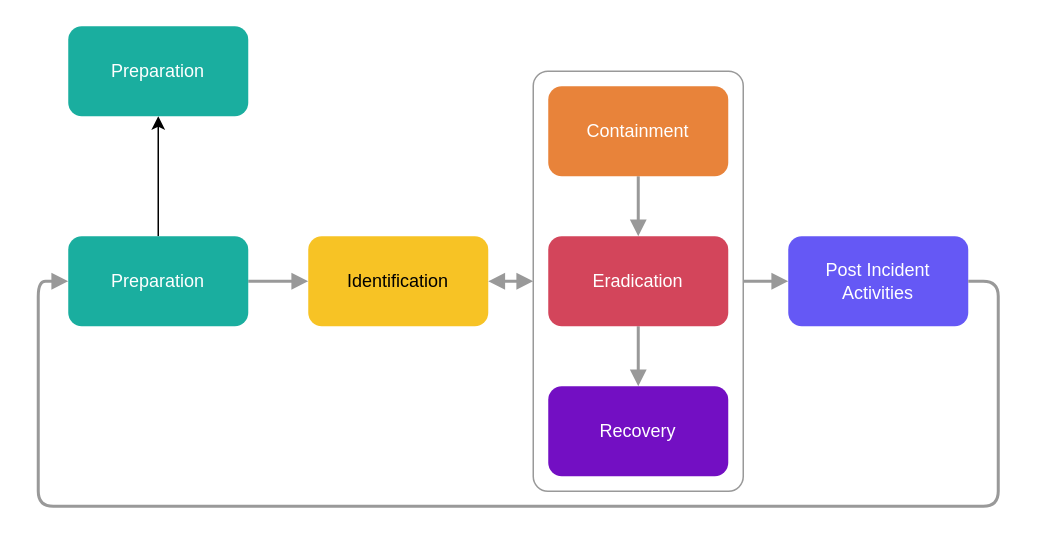
Earlier version of the draw.io diagram page "Figure 1 IR Lifecycle" (1 of 7) of IR Plan Flows.drawio (nightly-nessie/irplan-playbooks). Source tidied: cells renumbered, new cells numbered last; positions are measured from the earlier drawing's top-left corner, leaving out a move shared by most shapes. Both pictures are drawn from the tidied source at 150%, with x=0, y=0 at pixel (38, 26).
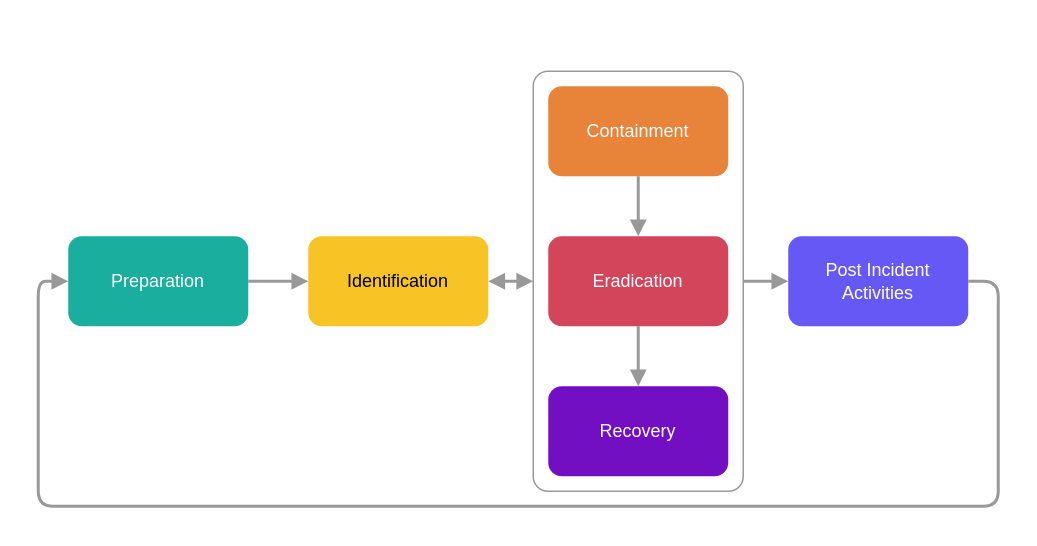
Above is the later version.

What changed in the source:
```diff
@@
 <mxGraphModel>
   <root>
     <mxCell id="0" />
     <mxCell id="1" parent="0" />
     <mxCell id="2" style="edgeStyle=orthogonalEdgeStyle;rounded=0;jettySize=auto;html=1;strokeWidth=2;strokeColor=#999999;endArrow=block;endFill=1;" parent="1" edge="1" source="4" target="5">
       <mxGeometry relative="1" as="geometry" />
     </mxCell>
-    <mxCell id="3" style="edgeStyle=orthogonalEdgeStyle;rounded=0;jettySize=auto;html=1;" parent="1" edge="1" source="4" target="16">
-      <mxGeometry relative="1" as="geometry" />
-    </mxCell>
     <mxCell id="4" value="Preparation" style="rounded=1;whiteSpace=wrap;html=1;strokeColor=none;fillColor=#1AAE9F;labelBackgroundColor=none;labelBorderColor=none;fontColor=#FFFFFF;" parent="1" vertex="1">
       <mxGeometry x="20" y="140" width="120" height="60" as="geometry" />
     </mxCell>
     <mxCell id="5" value="Identification" style="whiteSpace=wrap;html=1;rounded=1;strokeColor=none;fillColor=#F7C325;" parent="1" vertex="1">
       <mxGeometry x="180" y="140" width="120" height="60" as="geometry" />
     </mxCell>
     <mxCell id="6" style="edgeStyle=orthogonalEdgeStyle;rounded=1;jettySize=auto;html=1;exitX=1;exitY=0.5;exitDx=0;exitDy=0;strokeColor=#999999;strokeWidth=2;endArrow=block;endFill=1;" parent="1" edge="1" source="15" target="9">
       <mxGeometry relative="1" as="geometry" />
     </mxCell>
     <mxCell id="7" style="edgeStyle=orthogonalEdgeStyle;rounded=0;jettySize=auto;html=1;strokeColor=#999999;endFill=1;strokeWidth=2;endArrow=block;" parent="1" edge="1" source="8" target="10">
       <mxGeometry relative="1" as="geometry" />
     </mxCell>
     <mxCell id="8" value="Eradication" style="whiteSpace=wrap;html=1;rounded=1;fontColor=#FFFFFF;strokeColor=none;fillColor=#D3455B;" parent="1" vertex="1">
       <mxGeometry x="340" y="140" width="120" height="60" as="geometry" />
     </mxCell>
     <mxCell id="9" value="Post Incident Activities" style="whiteSpace=wrap;html=1;rounded=1;fontColor=#FFFFFF;strokeColor=none;fillColor=#6558F5;" parent="1" vertex="1">
       <mxGeometry x="500" y="140" width="120" height="60" as="geometry" />
     </mxCell>
     <mxCell id="10" value="Recovery" style="whiteSpace=wrap;html=1;rounded=1;fontColor=#FFFFFF;strokeColor=none;fillColor=#730FC3;" parent="1" vertex="1">
       <mxGeometry x="340" y="240" width="120" height="60" as="geometry" />
     </mxCell>
     <mxCell id="11" style="edgeStyle=orthogonalEdgeStyle;rounded=0;jettySize=auto;html=1;endArrow=block;endFill=1;strokeWidth=2;strokeColor=#999999;" parent="1" edge="1" source="12" target="8">
       <mxGeometry relative="1" as="geometry" />
     </mxCell>
     <mxCell id="12" value="Containment" style="whiteSpace=wrap;html=1;rounded=1;strokeColor=none;fillColor=#E8833A;fontColor=#FFFFFF;" parent="1" vertex="1">
       <mxGeometry x="340" y="40" width="120" height="60" as="geometry" />
     </mxCell>
     <mxCell id="13" style="endArrow=block;html=1;entryX=0;entryY=0.5;entryDx=0;entryDy=0;exitX=1;exitY=0.5;exitDx=0;exitDy=0;edgeStyle=orthogonalEdgeStyle;strokeWidth=2;strokeColor=#999999;endFill=1;" parent="1" edge="1" source="9" target="4">
       <mxGeometry relative="1" as="geometry">
         <Array as="points">
           <mxPoint x="640" y="170" />
           <mxPoint x="640" y="320" />
           <mxPoint y="320" />
           <mxPoint y="170" />
         </Array>
       </mxGeometry>
     </mxCell>
     <mxCell id="14" style="edgeStyle=orthogonalEdgeStyle;jettySize=auto;html=1;startArrow=block;startFill=1;endArrow=block;endFill=1;strokeWidth=2;strokeColor=#999999;" parent="1" edge="1" source="15" target="5">
       <mxGeometry relative="1" as="geometry" />
     </mxCell>
     <mxCell id="15" style="rounded=1;whiteSpace=wrap;html=1;fillColor=none;arcSize=7;strokeColor=#999999;" parent="1" vertex="1">
       <mxGeometry x="330" y="30" width="140" height="280" as="geometry" />
     </mxCell>
-    <mxCell id="16" value="Preparation" style="rounded=1;whiteSpace=wrap;html=1;strokeColor=none;fillColor=#1AAE9F;labelBackgroundColor=none;labelBorderColor=none;fontColor=#FFFFFF;" parent="1" vertex="1">
-      <mxGeometry x="20" width="120" height="60" as="geometry" />
-    </mxCell>
   </root>
 </mxGraphModel>
```
